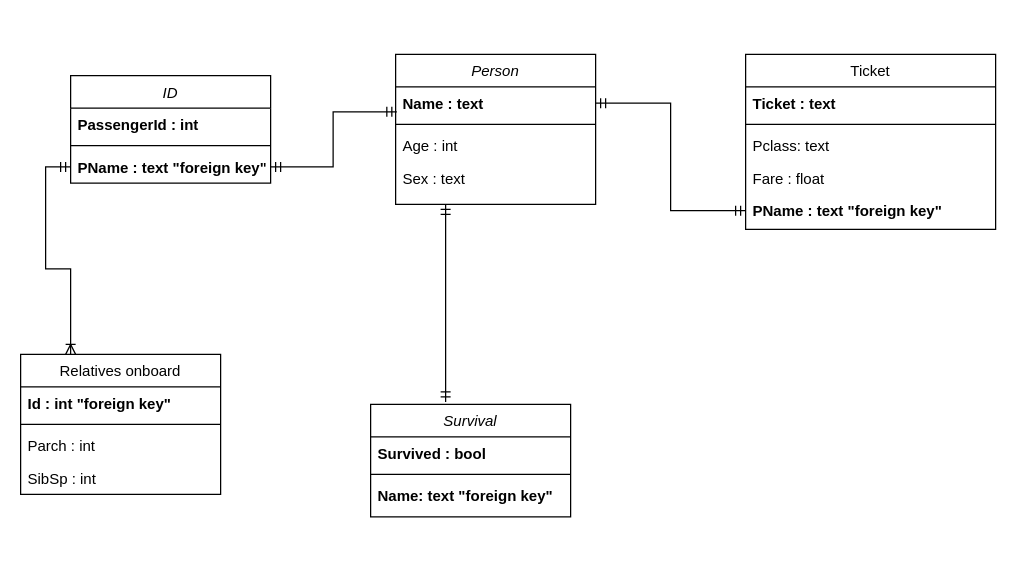
Earlier version of the draw.io diagram Ешефтшс.drawio (ivankondratyev/AI_Arch_IU). Source tidied: cells renumbered, new cells numbered last; positions are measured from the earlier drawing's top-left corner, leaving out a move shared by most shapes. Both pictures are drawn from the tidied source at 125%, with x=0, y=0 at pixel (20, 54).
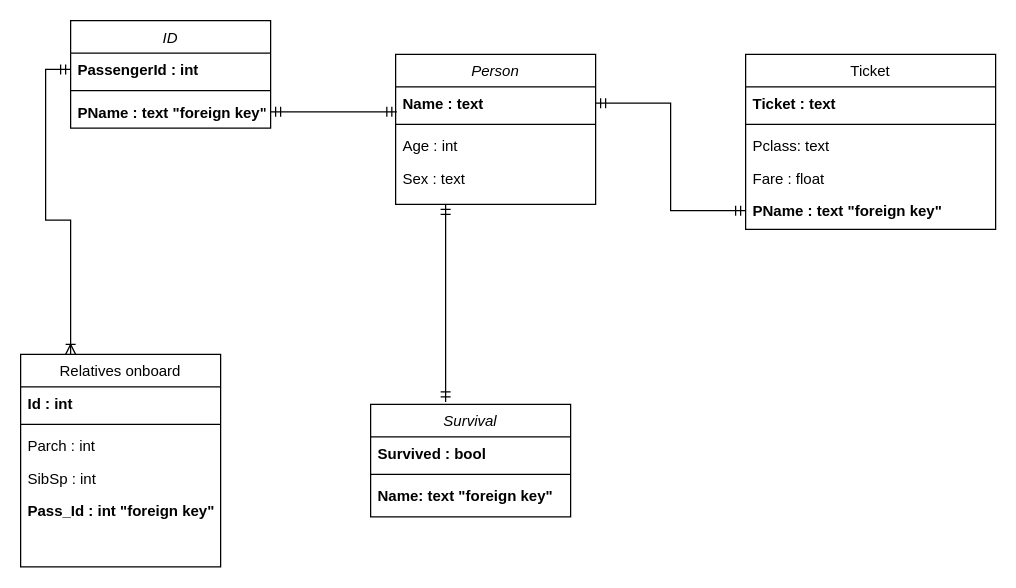
The same page after the edit.

Unchanged cells that the change refers to:
```xml
<mxCell id="20" value="PassengerId : int" style="text;align=left;verticalAlign=top;spacingLeft=4;spacingRight=4;overflow=hidden;points=[[0,0.5],[1,0.5]];portConstraint=eastwest;rounded=0;shadow=0;html=0;fontStyle=1;" parent="19" vertex="1">
  <mxGeometry y="26" width="160" height="26" as="geometry" />
</mxCell>
<mxCell id="22" value="PName : text &quot;foreign key&quot;" style="text;align=left;verticalAlign=top;spacingLeft=4;spacingRight=4;overflow=hidden;points=[[0,0.5],[1,0.5]];portConstraint=eastwest;fontStyle=1;" parent="19" vertex="1">
  <mxGeometry y="60" width="160" height="26" as="geometry" />
</mxCell>
```

The edit, as a diff of the source:
```diff
@@
     <mxCell id="8" value="Relatives onboard" style="swimlane;fontStyle=0;align=center;verticalAlign=top;horizontal=1;startSize=26;rounded=0;shadow=0;strokeWidth=1;" parent="1" vertex="1">
-      <mxGeometry y="240" width="160" height="112" as="geometry" />
+      <mxGeometry y="240" width="160" height="170" as="geometry" />
     </mxCell>
-    <mxCell id="9" value="Id : int &quot;foreign key&quot; " style="text;align=left;verticalAlign=top;spacingLeft=4;spacingRight=4;overflow=hidden;fontStyle=1;" parent="8" vertex="1">
+    <mxCell id="9" value="Id : int " style="text;align=left;verticalAlign=top;spacingLeft=4;spacingRight=4;overflow=hidden;fontStyle=1;" parent="8" vertex="1">
       <mxGeometry y="26" width="160" height="26" as="geometry" />
     </mxCell>
@@
+    <mxCell id="30" value="Pass_Id : int &quot;foreign key&quot; " style="text;align=left;verticalAlign=top;spacingLeft=4;spacingRight=4;overflow=hidden;fontStyle=1;" parent="8" vertex="1">
+      <mxGeometry y="112" width="160" height="26" as="geometry" />
+    </mxCell>
@@
     <mxCell id="19" value="ID" style="swimlane;fontStyle=2;align=center;verticalAlign=top;horizontal=1;startSize=26;rounded=0;shadow=0;strokeWidth=1;" parent="1" vertex="1">
-      <mxGeometry x="40" y="17" width="160" height="86" as="geometry" />
+      <mxGeometry x="40" y="-27" width="160" height="86" as="geometry" />
     </mxCell>
@@
-    <mxCell id="28" style="edgeStyle=orthogonalEdgeStyle;rounded=0;jettySize=auto;html=1;exitX=0;exitY=0.5;exitDx=0;exitDy=0;entryX=0.25;entryY=0;entryDx=0;entryDy=0;startArrow=ERmandOne;startFill=0;endArrow=ERoneToMany;endFill=0;" parent="1" edge="1" source="22" target="8">
+    <mxCell id="28" style="edgeStyle=orthogonalEdgeStyle;rounded=0;jettySize=auto;html=1;exitX=0;exitY=0.5;exitDx=0;exitDy=0;entryX=0.25;entryY=0;entryDx=0;entryDy=0;startArrow=ERmandOne;startFill=0;endArrow=ERoneToMany;endFill=0;" parent="1" edge="1" source="20" target="8">
       <mxGeometry relative="1" as="geometry" />
     </mxCell>
```
